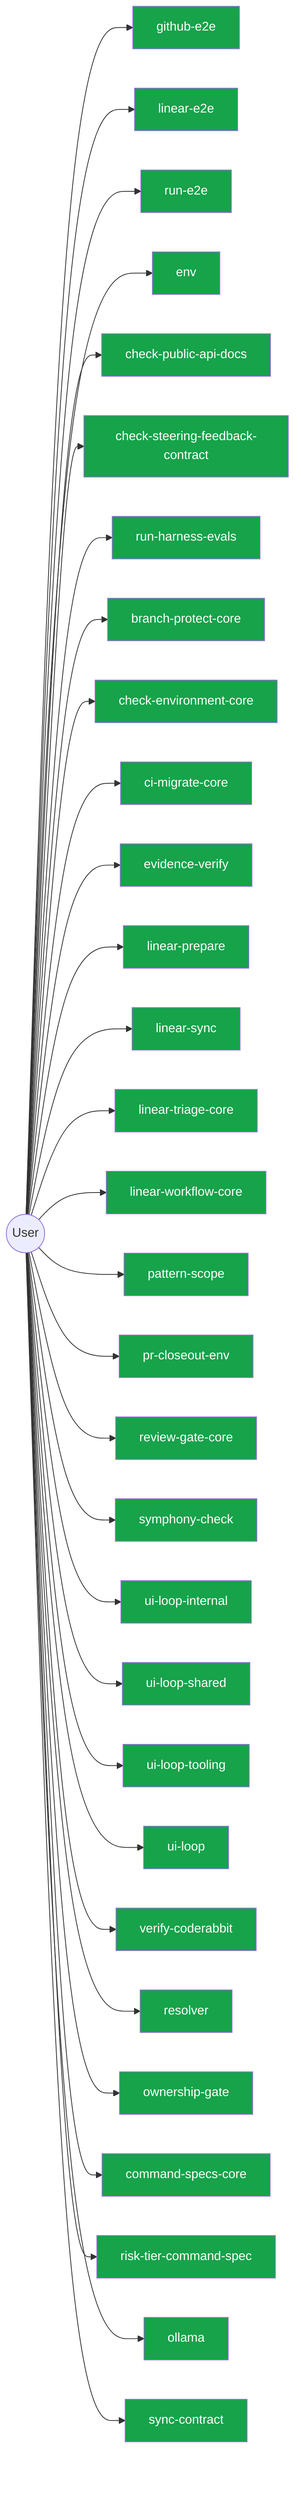
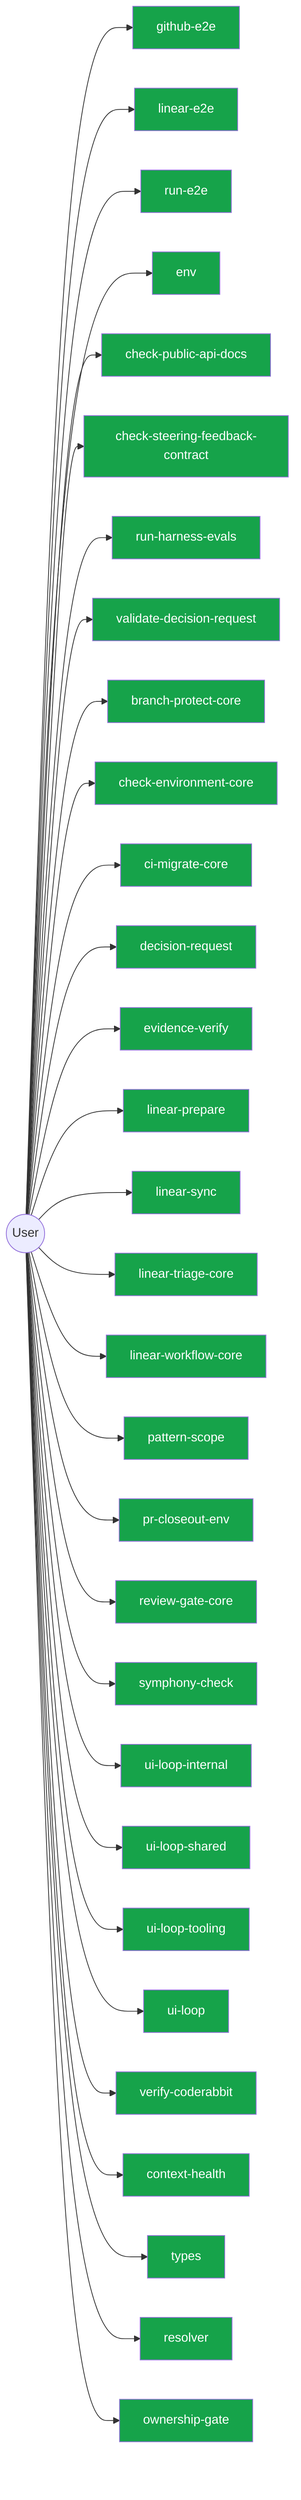
flowchart LR
  User(("User"))
  github_e2e_2891a341["github-e2e"]
  User --> github_e2e_2891a341
  linear_e2e_decf3708["linear-e2e"]
  User --> linear_e2e_decf3708
  run_e2e_39efe696["run-e2e"]
  User --> run_e2e_39efe696
  env_b77349bf["env"]
  User --> env_b77349bf
  check_public_api_docs_a9604f1b["check-public-api-docs"]
  User --> check_public_api_docs_a9604f1b
  check_steering_feedback_contract_80134459["check-steering-feedback-contract"]
  User --> check_steering_feedback_contract_80134459
  run_harness_evals_77704768["run-harness-evals"]
  User --> run_harness_evals_77704768
+   validate_decision_request_2e5c325e["validate-decision-request"]
+   User --> validate_decision_request_2e5c325e
  branch_protect_core_a8feb0fd["branch-protect-core"]
  User --> branch_protect_core_a8feb0fd
  check_environment_core_2c16213f["check-environment-core"]
  User --> check_environment_core_2c16213f
  ci_migrate_core_7005b5af["ci-migrate-core"]
  User --> ci_migrate_core_7005b5af
+   decision_request_118a770d["decision-request"]
+   User --> decision_request_118a770d
  evidence_verify_3b73c290["evidence-verify"]
  User --> evidence_verify_3b73c290
  linear_prepare_0c613ba6["linear-prepare"]
  User --> linear_prepare_0c613ba6
  linear_sync_a2fa2bf7["linear-sync"]
  User --> linear_sync_a2fa2bf7
  linear_triage_core_7cbca73e["linear-triage-core"]
  User --> linear_triage_core_7cbca73e
  linear_workflow_core_0e19cff4["linear-workflow-core"]
  User --> linear_workflow_core_0e19cff4
  pattern_scope_61ff946d["pattern-scope"]
  User --> pattern_scope_61ff946d
  pr_closeout_env_9bfcd9ef["pr-closeout-env"]
  User --> pr_closeout_env_9bfcd9ef
  review_gate_core_4c8001f9["review-gate-core"]
  User --> review_gate_core_4c8001f9
  symphony_check_e97f2ea0["symphony-check"]
  User --> symphony_check_e97f2ea0
  ui_loop_internal_f2eb8892["ui-loop-internal"]
  User --> ui_loop_internal_f2eb8892
  ui_loop_shared_8c83b841["ui-loop-shared"]
  User --> ui_loop_shared_8c83b841
  ui_loop_tooling_12b2d2c7["ui-loop-tooling"]
  User --> ui_loop_tooling_12b2d2c7
  ui_loop_11660889["ui-loop"]
  User --> ui_loop_11660889
  verify_coderabbit_490b4e71["verify-coderabbit"]
  User --> verify_coderabbit_490b4e71
+   context_health_1_ceb11829["context-health"]
+   User --> context_health_1_ceb11829
+   types_2_d9bc6e7a["types"]
+   User --> types_2_d9bc6e7a
  resolver_439c3635["resolver"]
  User --> resolver_439c3635
  ownership_gate_2e194d13["ownership-gate"]
  User --> ownership_gate_2e194d13
-   command_specs_core_1c0ffc99["command-specs-core"]
-   User --> command_specs_core_1c0ffc99
-   risk_tier_command_spec_127e876c["risk-tier-command-spec"]
-   User --> risk_tier_command_spec_127e876c
-   ollama_76e3c7bf["ollama"]
-   User --> ollama_76e3c7bf
-   sync_contract_c79fa191["sync-contract"]
-   User --> sync_contract_c79fa191
  classDef userNode fill:#16a34a,color:#fff
-   class github_e2e_2891a341,linear_e2e_decf3708,run_e2e_39efe696,env_b77349bf,check_public_api_docs_a9604f1b,check_steering_feedback_contract_80134459,run_harness_evals_77704768,branch_protect_core_a8feb0fd,check_environment_core_2c16213f,ci_migrate_core_7005b5af,evidence_verify_3b73c290,linear_prepare_0c613ba6,linear_sync_a2fa2bf7,linear_triage_core_7cbca73e,linear_workflow_core_0e19cff4,pattern_scope_61ff946d,pr_closeout_env_9bfcd9ef,review_gate_core_4c8001f9,symphony_check_e97f2ea0,ui_loop_internal_f2eb8892,ui_loop_shared_8c83b841,ui_loop_tooling_12b2d2c7,ui_loop_11660889,verify_coderabbit_490b4e71,resolver_439c3635,ownership_gate_2e194d13,command_specs_core_1c0ffc99,risk_tier_command_spec_127e876c,ollama_76e3c7bf,sync_contract_c79fa191 userNode
+   class github_e2e_2891a341,linear_e2e_decf3708,run_e2e_39efe696,env_b77349bf,check_public_api_docs_a9604f1b,check_steering_feedback_contract_80134459,run_harness_evals_77704768,validate_decision_request_2e5c325e,branch_protect_core_a8feb0fd,check_environment_core_2c16213f,ci_migrate_core_7005b5af,decision_request_118a770d,evidence_verify_3b73c290,linear_prepare_0c613ba6,linear_sync_a2fa2bf7,linear_triage_core_7cbca73e,linear_workflow_core_0e19cff4,pattern_scope_61ff946d,pr_closeout_env_9bfcd9ef,review_gate_core_4c8001f9,symphony_check_e97f2ea0,ui_loop_internal_f2eb8892,ui_loop_shared_8c83b841,ui_loop_tooling_12b2d2c7,ui_loop_11660889,verify_coderabbit_490b4e71,context_health_1_ceb11829,types_2_d9bc6e7a,resolver_439c3635,ownership_gate_2e194d13 userNode
